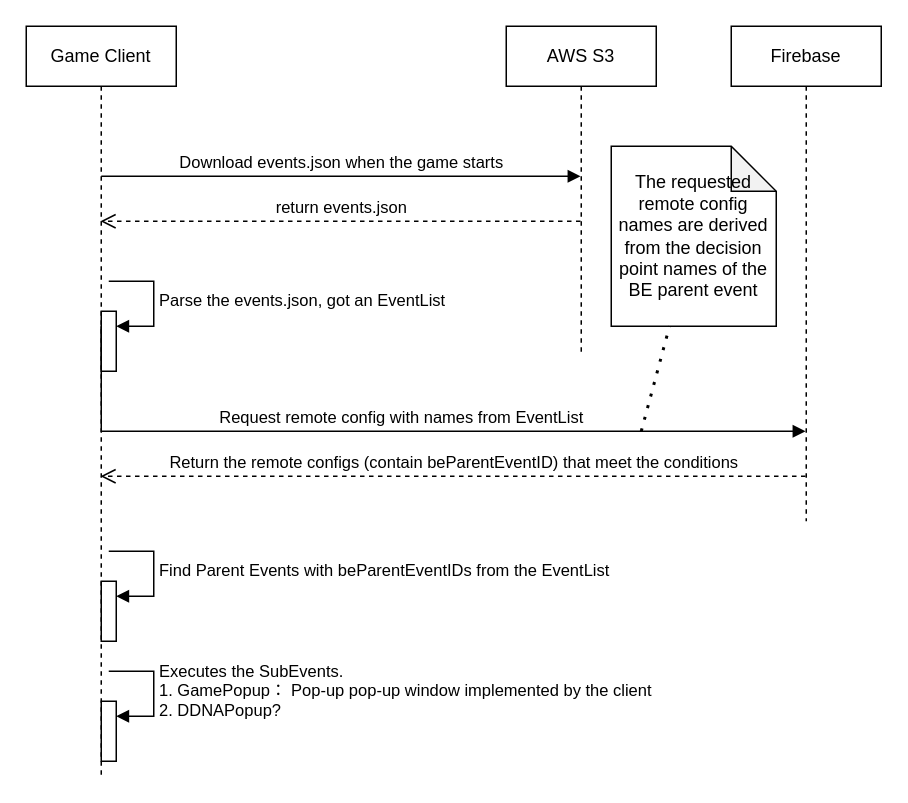
This is page "The logic of game client handling events" (1 of 4) of 未命名绘图.drawio from yaohuiwu/SimpleFS, a draw.io file, before an edit. Source tidied: cells renumbered, new cells numbered last; positions are measured from the earlier drawing's top-left corner, leaving out a move shared by most shapes. Both pictures are drawn from the tidied source at 150%, with x=0, y=0 at pixel (26, 26).
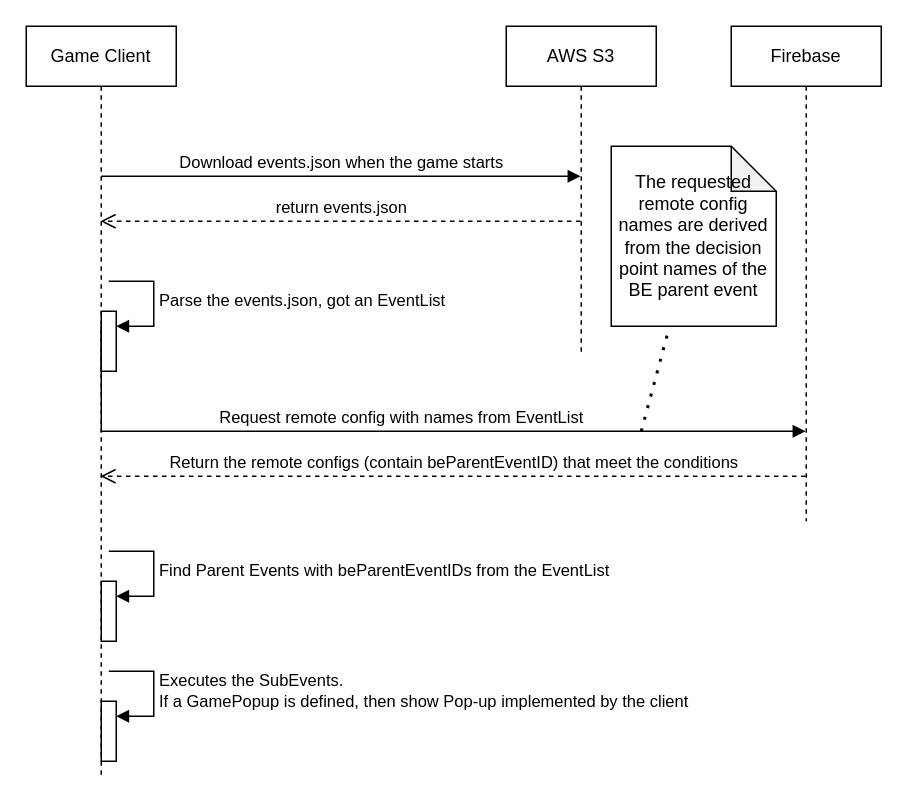
Above is the later version.

Commit message:
更新未命名绘图.drawio

Unchanged cells that the change refers to:
```xml
<mxCell id="2" value="Game Client" style="shape=umlLifeline;perimeter=lifelinePerimeter;whiteSpace=wrap;html=1;outlineConnect=0;portConstraint=eastwest;newEdgeStyle={&quot;edgeStyle&quot;:&quot;elbowEdgeStyle&quot;,&quot;elbow&quot;:&quot;vertical&quot;,&quot;curved&quot;:0,&quot;rounded&quot;:0};" parent="1" vertex="1">
  <mxGeometry width="100" height="500" as="geometry" />
</mxCell>
<mxCell id="3" style="html=1;points=[];perimeter=orthogonalPerimeter;outlineConnect=0;targetShapes=umlLifeline;portConstraint=eastwest;newEdgeStyle={&quot;edgeStyle&quot;:&quot;elbowEdgeStyle&quot;,&quot;elbow&quot;:&quot;vertical&quot;,&quot;curved&quot;:0,&quot;rounded&quot;:0};" parent="2" vertex="1">
  <mxGeometry x="50" y="450" width="10" height="40" as="geometry" />
</mxCell>
```

Diff of the diagram source:
```diff
@@
-    <mxCell id="4" value="Executes the SubEvents. &lt;br&gt;1. GamePopup：&amp;nbsp;Pop-up pop-up window implemented by the client&lt;br&gt;2. DDNAPopup?" style="html=1;align=left;spacingLeft=2;endArrow=block;rounded=0;edgeStyle=orthogonalEdgeStyle;curved=0;rounded=0;" parent="2" edge="1" target="3">
+    <mxCell id="4" value="Executes the SubEvents. &lt;br&gt;If a GamePopup is defined, then show Pop-up implemented by the client" style="html=1;align=left;spacingLeft=2;endArrow=block;rounded=0;edgeStyle=orthogonalEdgeStyle;curved=0;rounded=0;" parent="2" edge="1" target="3">
       <mxGeometry relative="1" as="geometry">
         <mxPoint x="55" y="430" as="sourcePoint" />
         <Array as="points">
           <mxPoint x="85" y="460" />
         </Array>
       </mxGeometry>
     </mxCell>
```
